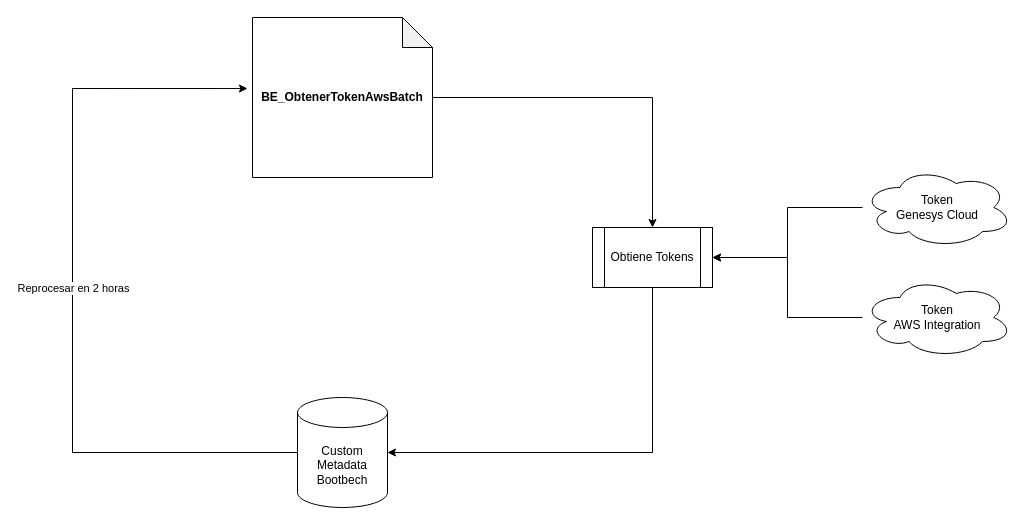
Before: Batch.drawio in nonate/personalProject, a draw.io diagram. Source tidied: cells renumbered, new cells numbered last; positions are measured from the earlier drawing's top-left corner, leaving out a move shared by most shapes. Both pictures are drawn from the tidied source at 100%, with x=0, y=0 at pixel (72, 17).
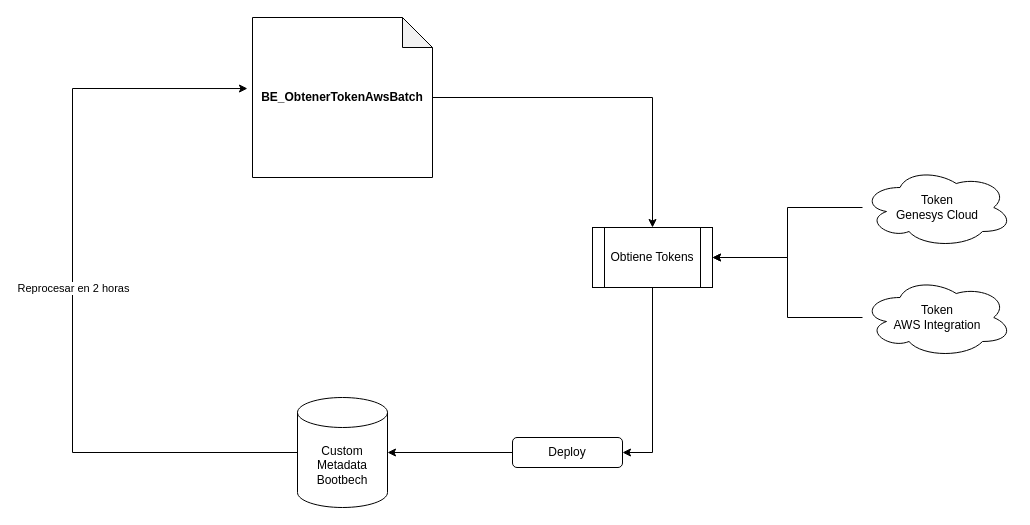
After the change.

Diff of the diagram source:
```diff
@@
 <mxGraphModel>
   <root>
     <mxCell id="0" />
     <mxCell id="1" parent="0" />
     <mxCell id="2" style="edgeStyle=orthogonalEdgeStyle;rounded=0;jettySize=auto;html=1;entryX=0.5;entryY=0;entryDx=0;entryDy=0;" parent="1" edge="1" source="3" target="12">
       <mxGeometry relative="1" as="geometry" />
     </mxCell>
     <mxCell id="3" value="&lt;b&gt;BE_ObtenerTokenAwsBatch&lt;/b&gt;&lt;br&gt;" style="shape=note;whiteSpace=wrap;html=1;backgroundOutline=1;darkOpacity=0.05;" parent="1" vertex="1">
       <mxGeometry x="180" width="180" height="160" as="geometry" />
     </mxCell>
     <mxCell id="4" style="edgeStyle=orthogonalEdgeStyle;rounded=0;jettySize=auto;html=1;entryX=-0.028;entryY=0.444;entryDx=0;entryDy=0;entryPerimeter=0;exitX=0;exitY=0.5;exitDx=0;exitDy=0;exitPerimeter=0;" parent="1" edge="1" source="6" target="3">
       <mxGeometry relative="1" as="geometry">
         <Array as="points">
           <mxPoint y="435" />
           <mxPoint y="71" />
         </Array>
       </mxGeometry>
     </mxCell>
     <mxCell id="5" value="Reprocesar en 2 horas" style="edgeLabel;html=1;align=center;verticalAlign=middle;" parent="4" vertex="1">
       <mxGeometry x="0.02" relative="1" as="geometry" />
     </mxCell>
     <mxCell id="6" value="Custom Metadata&lt;br&gt;Bootbech" style="shape=cylinder3;whiteSpace=wrap;html=1;boundedLbl=1;backgroundOutline=1;size=15;" parent="1" vertex="1">
       <mxGeometry x="225" y="380" width="90" height="110" as="geometry" />
     </mxCell>
     <mxCell id="7" style="edgeStyle=orthogonalEdgeStyle;rounded=0;jettySize=auto;html=1;entryX=1;entryY=0.5;entryDx=0;entryDy=0;" parent="1" edge="1" source="8" target="12">
       <mxGeometry relative="1" as="geometry" />
     </mxCell>
     <mxCell id="8" value="Token&lt;br&gt;Genesys Cloud" style="ellipse;shape=cloud;whiteSpace=wrap;html=1;" parent="1" vertex="1">
       <mxGeometry x="790" y="150" width="150" height="80" as="geometry" />
     </mxCell>
     <mxCell id="9" style="edgeStyle=orthogonalEdgeStyle;rounded=0;jettySize=auto;html=1;entryX=1;entryY=0.5;entryDx=0;entryDy=0;" parent="1" edge="1" source="10" target="12">
       <mxGeometry relative="1" as="geometry" />
     </mxCell>
     <mxCell id="10" value="Token&lt;br&gt;AWS Integration" style="ellipse;shape=cloud;whiteSpace=wrap;html=1;" parent="1" vertex="1">
       <mxGeometry x="790" y="260" width="150" height="80" as="geometry" />
     </mxCell>
-    <mxCell id="11" style="edgeStyle=orthogonalEdgeStyle;rounded=0;jettySize=auto;html=1;entryX=1;entryY=0.5;entryDx=0;entryDy=0;entryPerimeter=0;exitX=0.5;exitY=1;exitDx=0;exitDy=0;" parent="1" edge="1" source="12" target="6">
-      <mxGeometry relative="1" as="geometry" />
-    </mxCell>
+    <mxCell id="13" style="edgeStyle=orthogonalEdgeStyle;rounded=0;jettySize=auto;html=1;entryX=1;entryY=0.5;entryDx=0;entryDy=0;" parent="1" edge="1" source="12" target="15">
+      <mxGeometry relative="1" as="geometry" />
+    </mxCell>
     <mxCell id="12" value="Obtiene Tokens" style="shape=process;whiteSpace=wrap;html=1;backgroundOutline=1;" parent="1" vertex="1">
       <mxGeometry x="520" y="210" width="120" height="60" as="geometry" />
     </mxCell>
+    <mxCell id="14" style="edgeStyle=orthogonalEdgeStyle;rounded=0;jettySize=auto;html=1;entryX=1;entryY=0.5;entryDx=0;entryDy=0;entryPerimeter=0;" parent="1" edge="1" source="15" target="6">
+      <mxGeometry relative="1" as="geometry" />
+    </mxCell>
+    <mxCell id="15" value="Deploy" style="rounded=1;whiteSpace=wrap;html=1;" parent="1" vertex="1">
+      <mxGeometry x="440" y="420" width="110" height="30" as="geometry" />
+    </mxCell>
   </root>
 </mxGraphModel>
```
